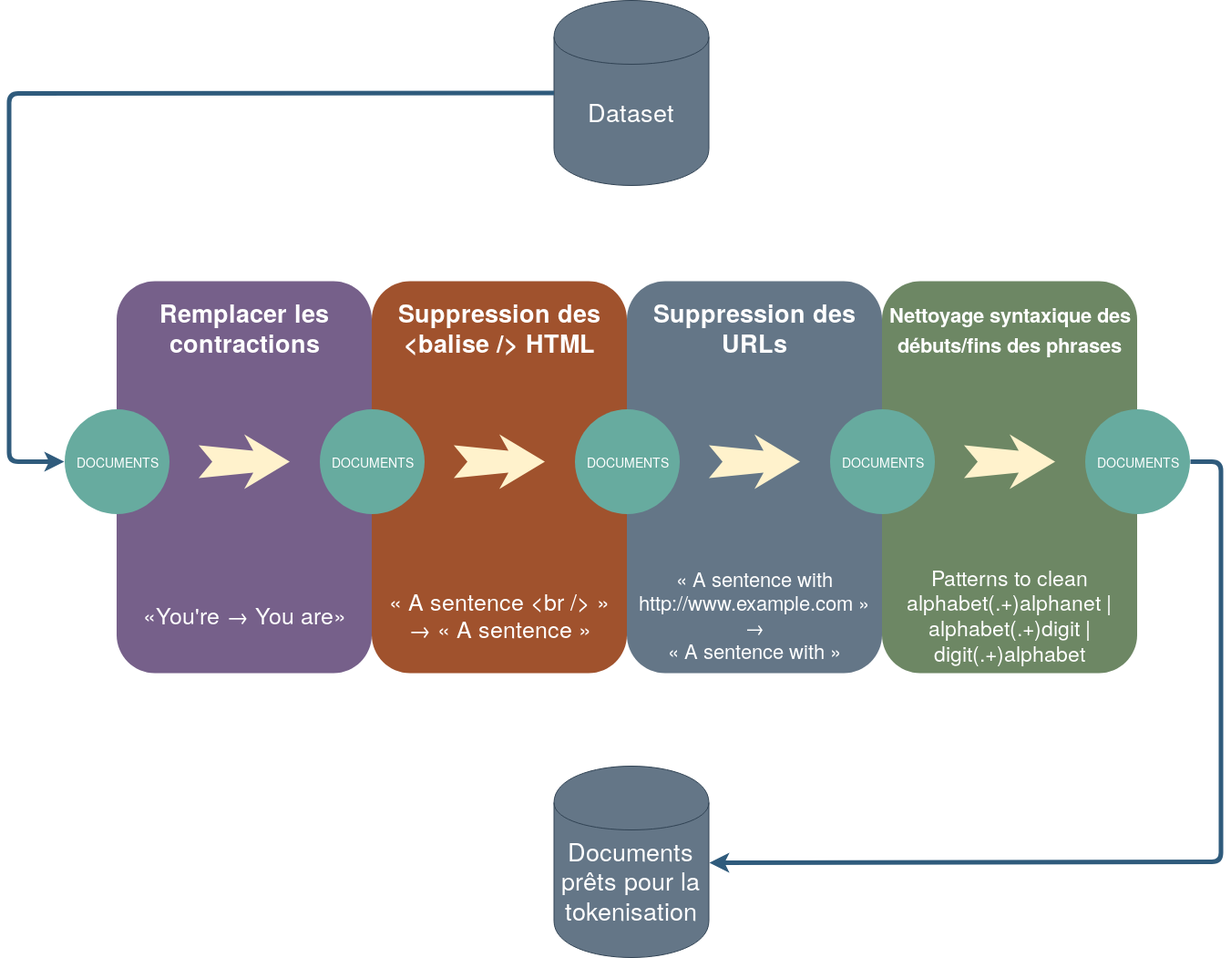
Before: Documents/Présentation/images/preparation_tokenization.png, a diagram exported from draw.io (anonbnr/HMIN232M_Project). Source tidied: cells renumbered, new cells last; positions are measured from the earlier drawing's top-left corner, leaving out a move shared by most shapes.
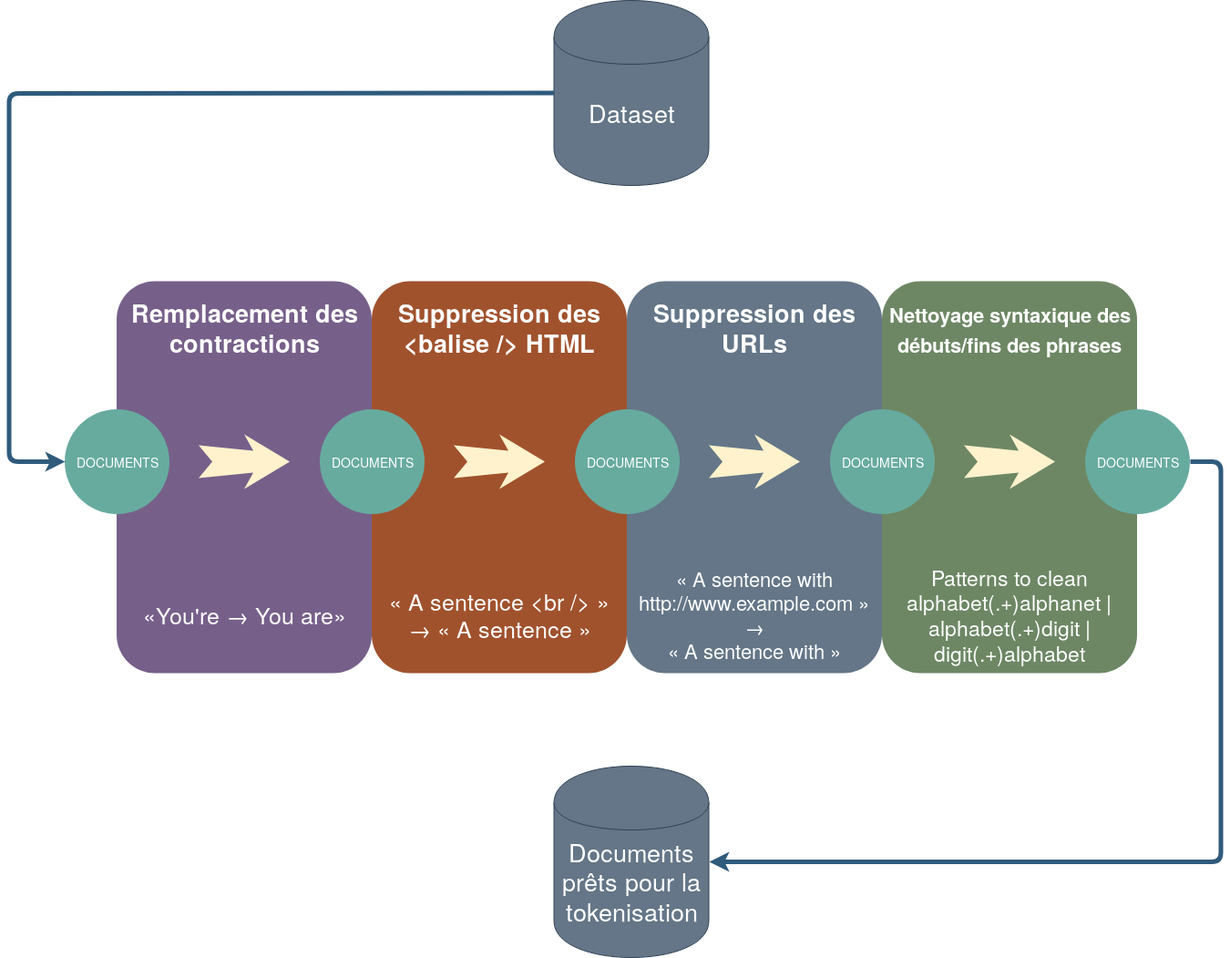
After the commit.

Change to the diagram source:
```diff
@@ -5,7 +5,7 @@
     <mxCell id="2" style="whiteSpace=wrap;html=1;rounded=1;shadow=0;strokeWidth=8;fontSize=20;align=center;fillColor=#76608a;strokeColor=none;fontColor=#ffffff;" parent="1" vertex="1">
       <mxGeometry x="118" y="308" width="280" height="430" as="geometry" />
     </mxCell>
-    <mxCell id="3" value="Remplacer les contractions" style="text;html=1;strokeColor=none;fillColor=none;align=center;verticalAlign=middle;whiteSpace=wrap;rounded=0;shadow=0;fontSize=27;fontColor=#FFFFFF;fontStyle=1;" parent="1" vertex="1">
+    <mxCell id="3" value="Remplacement des contractions" style="text;html=1;strokeColor=none;fillColor=none;align=center;verticalAlign=middle;whiteSpace=wrap;rounded=0;shadow=0;fontSize=27;fontColor=#FFFFFF;fontStyle=1;" parent="1" vertex="1">
       <mxGeometry x="118" y="328" width="280" height="60" as="geometry" />
     </mxCell>
     <mxCell id="4" value="&lt;font style=&quot;font-size: 25px&quot;&gt;«You're → You are»&lt;/font&gt;" style="text;html=1;strokeColor=none;fillColor=none;align=center;verticalAlign=middle;whiteSpace=wrap;rounded=0;shadow=0;fontSize=14;fontColor=#FFFFFF;" parent="1" vertex="1">
```
